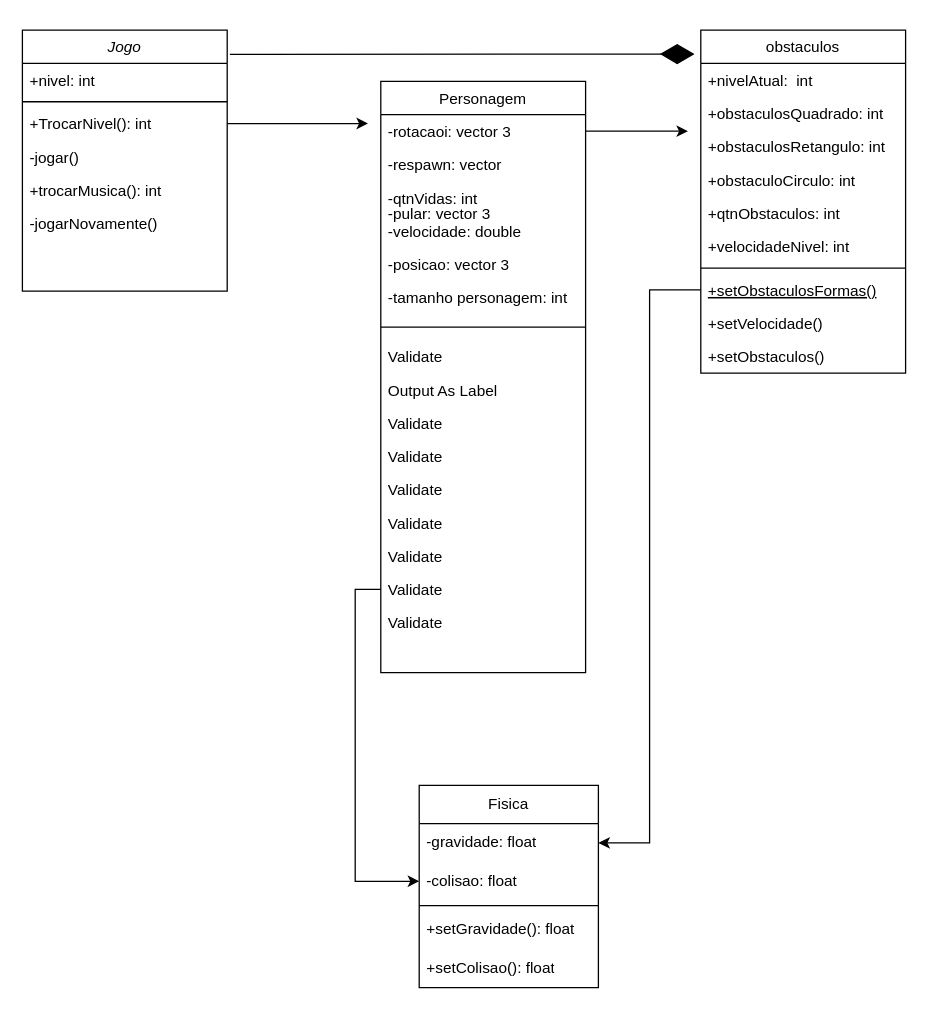
The draw.io diagram Diagrama sem nome.drawio in KalCastro/Game_Deep, before the edit. Source tidied: cells renumbered, new cells numbered last; positions are measured from the earlier drawing's top-left corner, leaving out a move shared by most shapes. Both pictures are drawn from the tidied source at 128%, with x=0, y=0 at pixel (22, 29).
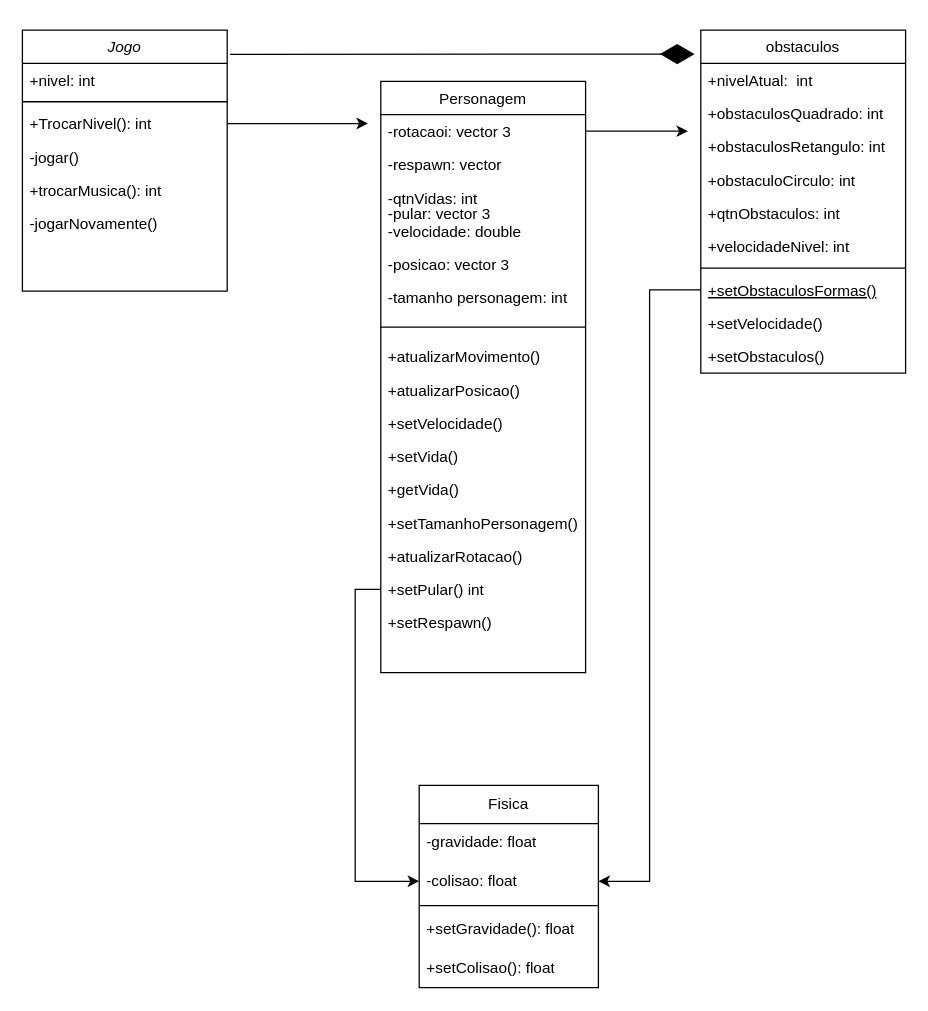
The same diagram, later.

Commit message:
Diagrama_Game_Deep

Unchanged cells that the change refers to:
```xml
<mxCell id="18" value="+setObstaculosFormas()" style="text;align=left;verticalAlign=top;spacingLeft=4;spacingRight=4;overflow=hidden;points=[[0,0.5],[1,0.5]];portConstraint=eastwest;fontStyle=4;" parent="10" vertex="1">
  <mxGeometry y="190" width="160" height="26" as="geometry" />
</mxCell>
<mxCell id="21" value="Personagem" style="swimlane;fontStyle=0;align=center;verticalAlign=top;horizontal=1;startSize=26;rounded=0;shadow=0;strokeWidth=1;" parent="1" vertex="1">
  <mxGeometry x="280" y="40" width="160" height="462" as="geometry" />
</mxCell>
<mxCell id="40" value="-gravidade: float" style="text;strokeColor=none;fillColor=none;align=left;verticalAlign=middle;spacingLeft=4;spacingRight=4;overflow=hidden;points=[[0,0.5],[1,0.5]];portConstraint=eastwest;whiteSpace=wrap;html=1;" parent="39" vertex="1">
  <mxGeometry y="30" width="140" height="30" as="geometry" />
</mxCell>
<mxCell id="41" value="-colisao: float" style="text;strokeColor=none;fillColor=none;align=left;verticalAlign=middle;spacingLeft=4;spacingRight=4;overflow=hidden;points=[[0,0.5],[1,0.5]];portConstraint=eastwest;whiteSpace=wrap;html=1;" parent="39" vertex="1">
  <mxGeometry y="60" width="140" height="30" as="geometry" />
</mxCell>
```

What changed in the source:
```diff
@@
-    <mxCell id="30" value="Validate" style="text;align=left;verticalAlign=top;spacingLeft=4;spacingRight=4;overflow=hidden;" parent="21" vertex="1">
+    <mxCell id="30" value="+atualizarMovimento()" style="text;align=left;verticalAlign=top;spacingLeft=4;spacingRight=4;overflow=hidden;" parent="21" vertex="1">
       <mxGeometry y="202" width="160" height="26" as="geometry" />
     </mxCell>
-    <mxCell id="31" value="Output As Label" style="text;align=left;verticalAlign=top;spacingLeft=4;spacingRight=4;overflow=hidden;" parent="21" vertex="1">
+    <mxCell id="31" value="+atualizarPosicao()" style="text;align=left;verticalAlign=top;spacingLeft=4;spacingRight=4;overflow=hidden;" parent="21" vertex="1">
       <mxGeometry y="228" width="160" height="26" as="geometry" />
     </mxCell>
-    <mxCell id="32" value="Validate" style="text;align=left;verticalAlign=top;spacingLeft=4;spacingRight=4;overflow=hidden;" parent="21" vertex="1">
+    <mxCell id="32" value="+setVelocidade()" style="text;align=left;verticalAlign=top;spacingLeft=4;spacingRight=4;overflow=hidden;" parent="21" vertex="1">
       <mxGeometry y="254" width="160" height="26" as="geometry" />
     </mxCell>
-    <mxCell id="33" value="Validate" style="text;align=left;verticalAlign=top;spacingLeft=4;spacingRight=4;overflow=hidden;" parent="21" vertex="1">
+    <mxCell id="33" value="+setVida()" style="text;align=left;verticalAlign=top;spacingLeft=4;spacingRight=4;overflow=hidden;" parent="21" vertex="1">
       <mxGeometry y="280" width="160" height="26" as="geometry" />
     </mxCell>
-    <mxCell id="34" value="Validate" style="text;align=left;verticalAlign=top;spacingLeft=4;spacingRight=4;overflow=hidden;" parent="21" vertex="1">
+    <mxCell id="34" value="+getVida()" style="text;align=left;verticalAlign=top;spacingLeft=4;spacingRight=4;overflow=hidden;" parent="21" vertex="1">
       <mxGeometry y="306" width="160" height="26" as="geometry" />
     </mxCell>
-    <mxCell id="35" value="Validate" style="text;align=left;verticalAlign=top;spacingLeft=4;spacingRight=4;overflow=hidden;" parent="21" vertex="1">
+    <mxCell id="35" value="+setTamanhoPersonagem()" style="text;align=left;verticalAlign=top;spacingLeft=4;spacingRight=4;overflow=hidden;" parent="21" vertex="1">
       <mxGeometry y="332" width="160" height="26" as="geometry" />
     </mxCell>
-    <mxCell id="36" value="Validate" style="text;align=left;verticalAlign=top;spacingLeft=4;spacingRight=4;overflow=hidden;" parent="21" vertex="1">
+    <mxCell id="36" value="+atualizarRotacao()" style="text;align=left;verticalAlign=top;spacingLeft=4;spacingRight=4;overflow=hidden;" parent="21" vertex="1">
       <mxGeometry y="358" width="160" height="26" as="geometry" />
     </mxCell>
-    <mxCell id="37" value="Validate" style="text;align=left;verticalAlign=top;spacingLeft=4;spacingRight=4;overflow=hidden;points=[[0,0.5],[1,0.5]];portConstraint=eastwest;" parent="21" vertex="1">
+    <mxCell id="37" value="+setPular() int" style="text;align=left;verticalAlign=top;spacingLeft=4;spacingRight=4;overflow=hidden;points=[[0,0.5],[1,0.5]];portConstraint=eastwest;" parent="21" vertex="1">
       <mxGeometry y="384" width="160" height="26" as="geometry" />
     </mxCell>
-    <mxCell id="38" value="Validate" style="text;align=left;verticalAlign=top;spacingLeft=4;spacingRight=4;overflow=hidden;" parent="21" vertex="1">
+    <mxCell id="38" value="+setRespawn()" style="text;align=left;verticalAlign=top;spacingLeft=4;spacingRight=4;overflow=hidden;" parent="21" vertex="1">
       <mxGeometry y="410" width="160" height="26" as="geometry" />
     </mxCell>
@@
-    <mxCell id="46" style="edgeStyle=orthogonalEdgeStyle;rounded=0;jettySize=auto;html=1;exitX=0;exitY=0.5;exitDx=0;exitDy=0;entryX=1;entryY=0.5;entryDx=0;entryDy=0;" parent="1" edge="1" source="18" target="40">
+    <mxCell id="46" style="edgeStyle=orthogonalEdgeStyle;rounded=0;jettySize=auto;html=1;exitX=0;exitY=0.5;exitDx=0;exitDy=0;entryX=1;entryY=0.5;entryDx=0;entryDy=0;" parent="1" edge="1" source="18" target="41">
       <mxGeometry relative="1" as="geometry" />
     </mxCell>
```
